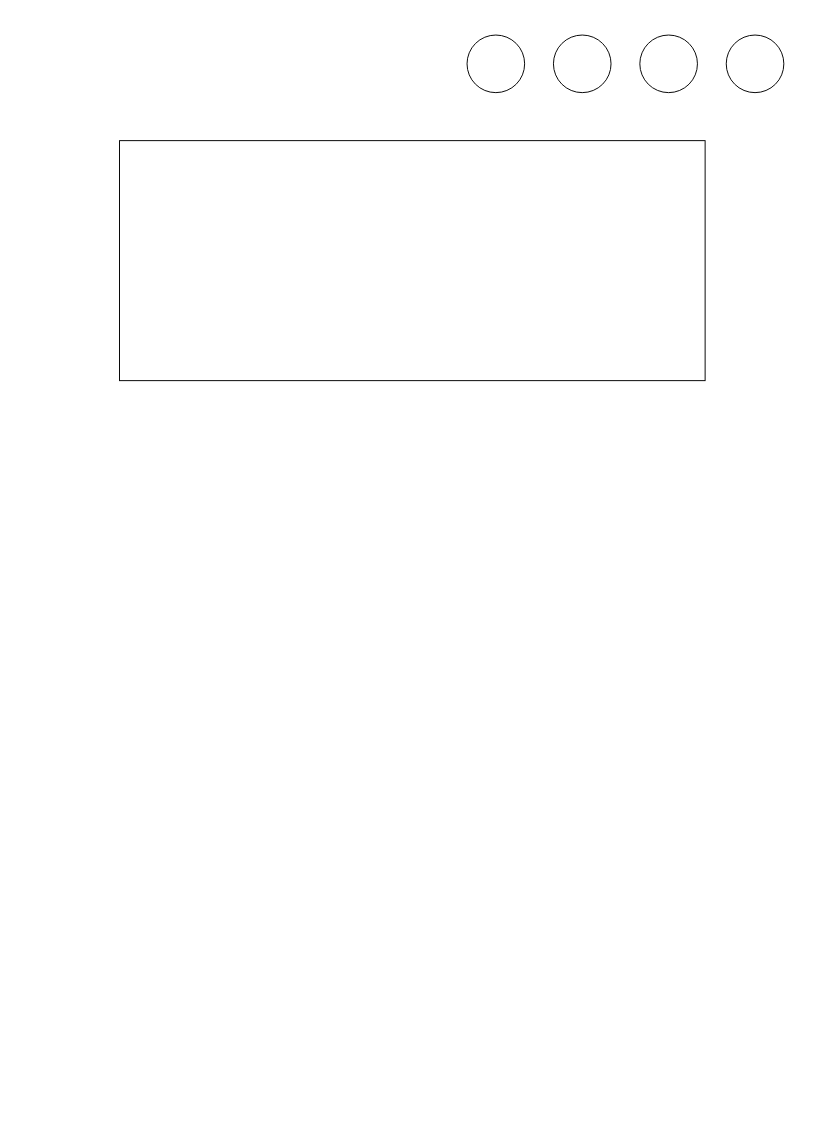
Before: Curriculum.drawio in paulokiki/Curriculum, a draw.io diagram. Source tidied: cells renumbered, new cells numbered last; positions are measured from the earlier drawing's top-left corner, leaving out a move shared by most shapes. Both pictures are drawn from the tidied source at 96%, with x=0, y=0 at pixel (119, 35).
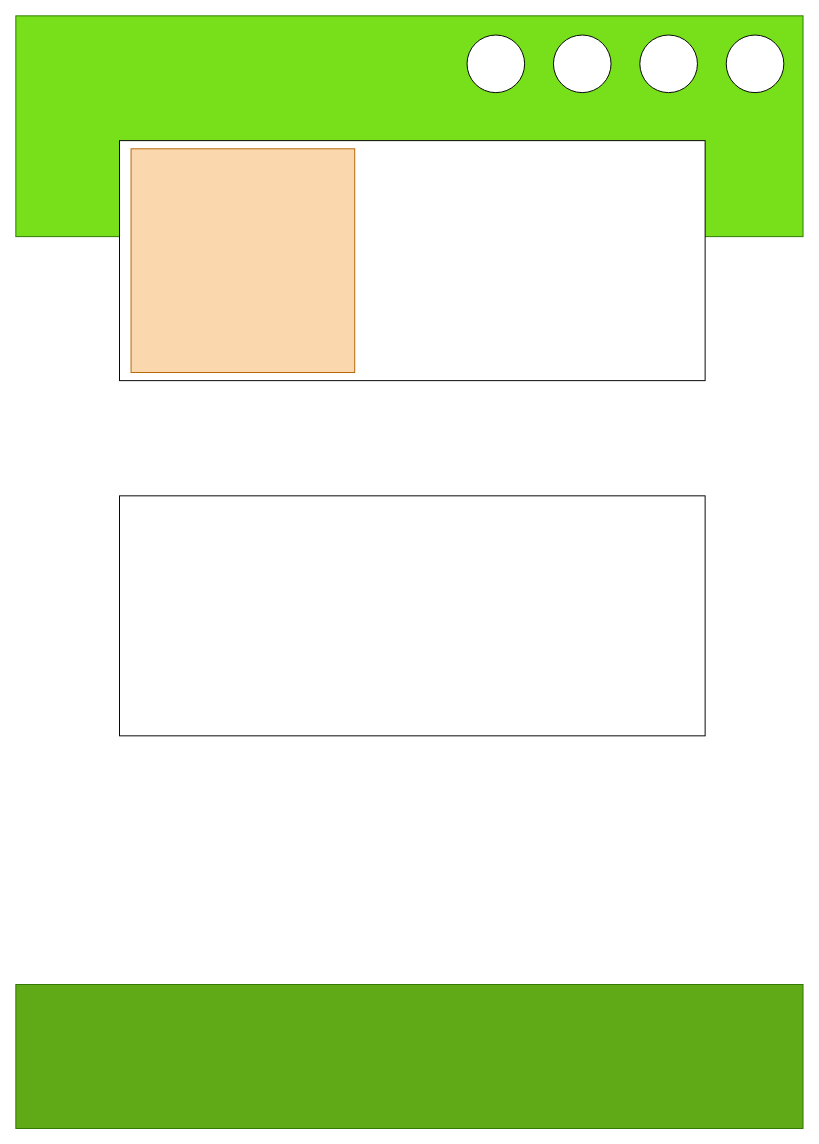
The same diagram, later.

What changed in the source:
```diff
@@
 <mxGraphModel background="#ffffff">
   <root>
     <mxCell id="0" />
     <mxCell id="1" parent="0" />
+    <mxCell id="7" style="rounded=0;whiteSpace=wrap;html=1;strokeColor=#2D7600;fontColor=#ffffff;fillColor=#77E01B;" parent="1" vertex="1">
+      <mxGeometry x="-108" y="-20" width="820" height="230" as="geometry" />
+    </mxCell>
     <mxCell id="2" style="ellipse;whiteSpace=wrap;html=1;" parent="1" vertex="1">
       <mxGeometry x="362" width="60" height="60" as="geometry" />
     </mxCell>
     <mxCell id="3" style="ellipse;whiteSpace=wrap;html=1;" parent="1" vertex="1">
       <mxGeometry x="452" width="60" height="60" as="geometry" />
     </mxCell>
     <mxCell id="4" style="ellipse;whiteSpace=wrap;html=1;" parent="1" vertex="1">
       <mxGeometry x="542" width="60" height="60" as="geometry" />
     </mxCell>
     <mxCell id="5" style="ellipse;whiteSpace=wrap;html=1;" parent="1" vertex="1">
       <mxGeometry x="632" width="60" height="60" as="geometry" />
     </mxCell>
     <mxCell id="6" style="rounded=0;whiteSpace=wrap;html=1;" parent="1" vertex="1">
       <mxGeometry y="110" width="610" height="250" as="geometry" />
     </mxCell>
+    <mxCell id="8" style="rounded=0;whiteSpace=wrap;html=1;" parent="1" vertex="1">
+      <mxGeometry y="480" width="610" height="250" as="geometry" />
+    </mxCell>
+    <mxCell id="9" style="rounded=0;whiteSpace=wrap;html=1;fillColor=#60a917;strokeColor=#2D7600;fontColor=#ffffff;" parent="1" vertex="1">
+      <mxGeometry x="-108" y="989" width="820" height="150" as="geometry" />
+    </mxCell>
+    <mxCell id="10" style="whiteSpace=wrap;html=1;fillColor=#fad7ac;strokeColor=#b46504;" parent="1" vertex="1">
+      <mxGeometry x="12" y="118.5" width="233" height="233" as="geometry" />
+    </mxCell>
   </root>
 </mxGraphModel>
```
